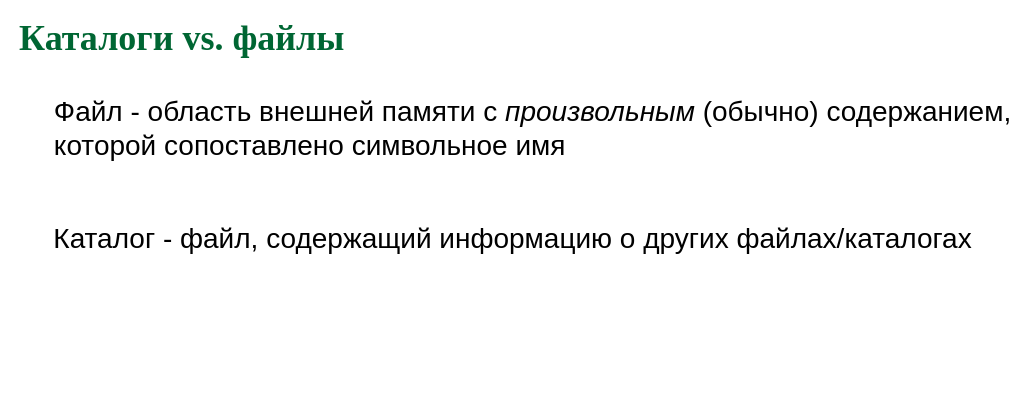
The draw.io diagram page "dirfi" (3 of 19) of slides/extsto.drawio in 77maxikov/os_course, before the edit. Source tidied: cells renumbered, new cells numbered last; positions are measured from the earlier drawing's top-left corner, leaving out a move shared by most shapes. Both pictures are drawn from the tidied source at 100%, with x=0, y=0 at pixel (17, 28).
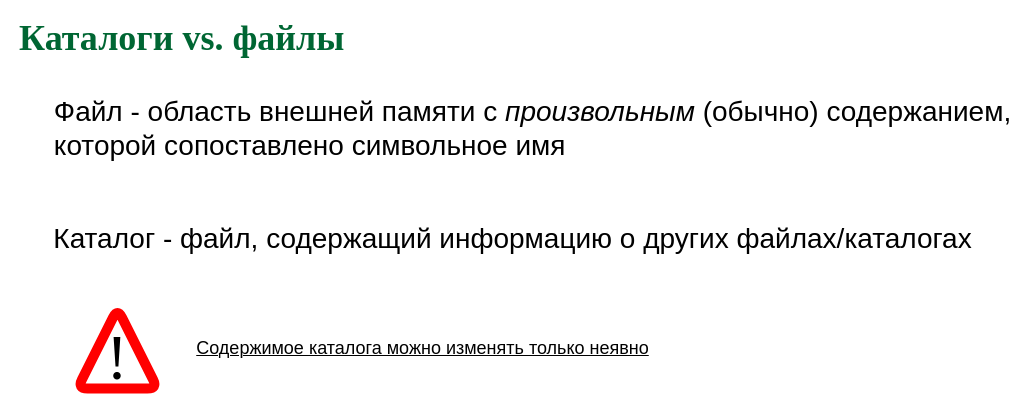
The same page after the edit.

Change to the diagram source:
```diff
@@
 <mxGraphModel>
   <root>
     <mxCell id="0" />
     <mxCell id="1" parent="0" />
     <mxCell id="2" value="&lt;font color=&quot;#006633&quot; face=&quot;garamond&quot;&gt;&lt;span style=&quot;font-size: 36px&quot;&gt;&lt;b&gt;Каталоги vs. файлы&lt;/b&gt;&lt;/span&gt;&lt;/font&gt;" style="text;html=1;align=left;verticalAlign=middle;whiteSpace=wrap;rounded=0;" parent="1" vertex="1">
       <mxGeometry width="920" height="20" as="geometry" />
     </mxCell>
     <mxCell id="3" value="&lt;font style=&quot;font-size: 28px&quot;&gt;Файл - область внешней памяти с &lt;i&gt;произвольным &lt;/i&gt;(обычно)&amp;nbsp;содержанием, &lt;br&gt;&lt;div style=&quot;text-align: left&quot;&gt;&lt;span&gt;которой сопоставлено символьное имя&lt;/span&gt;&lt;/div&gt;&lt;/font&gt;" style="text;html=1;align=center;verticalAlign=middle;" parent="1" vertex="1">
       <mxGeometry x="30" y="80" width="970" height="40" as="geometry" />
     </mxCell>
     <mxCell id="4" value="&lt;font style=&quot;font-size: 28px&quot;&gt;Каталог - файл, содержащий информацию о других файлах/каталогах&lt;/font&gt;" style="text;html=1;align=center;verticalAlign=middle;" parent="1" vertex="1">
       <mxGeometry x="30" y="200" width="930" height="20" as="geometry" />
     </mxCell>
+    <mxCell id="5" value="&lt;span style=&quot;font-size: 18px&quot;&gt;Содержимое каталога можно изменять только неявно&lt;/span&gt;" style="text;html=1;align=center;verticalAlign=middle;fontStyle=4;" parent="1" vertex="1">
+      <mxGeometry x="170" y="310" width="470" height="20" as="geometry" />
+    </mxCell>
+    <mxCell id="6" style="group;" parent="1" vertex="1">
+      <mxGeometry x="60" y="280" width="80" height="80" as="geometry" />
+    </mxCell>
+    <mxCell id="7" style="endArrow=none;html=1;strokeWidth=10;strokeColor=#FF0000;jumpStyle=arc;" parent="6" edge="1">
+      <mxGeometry relative="1" as="geometry">
+        <mxPoint x="40" y="80" as="sourcePoint" />
+        <mxPoint x="40" y="80" as="targetPoint" />
+        <Array as="points">
+          <mxPoint y="80" />
+          <mxPoint x="40" />
+          <mxPoint x="80" y="80" />
+        </Array>
+      </mxGeometry>
+    </mxCell>
+    <mxCell id="8" value="&lt;font style=&quot;font-size: 63px&quot;&gt;!&lt;/font&gt;" style="text;html=1;strokeColor=none;fillColor=none;align=center;verticalAlign=middle;whiteSpace=wrap;rounded=0;fontFamily=Times New Roman;" parent="6" vertex="1">
+      <mxGeometry x="20" y="40" width="40" height="20" as="geometry" />
+    </mxCell>
   </root>
 </mxGraphModel>
```
